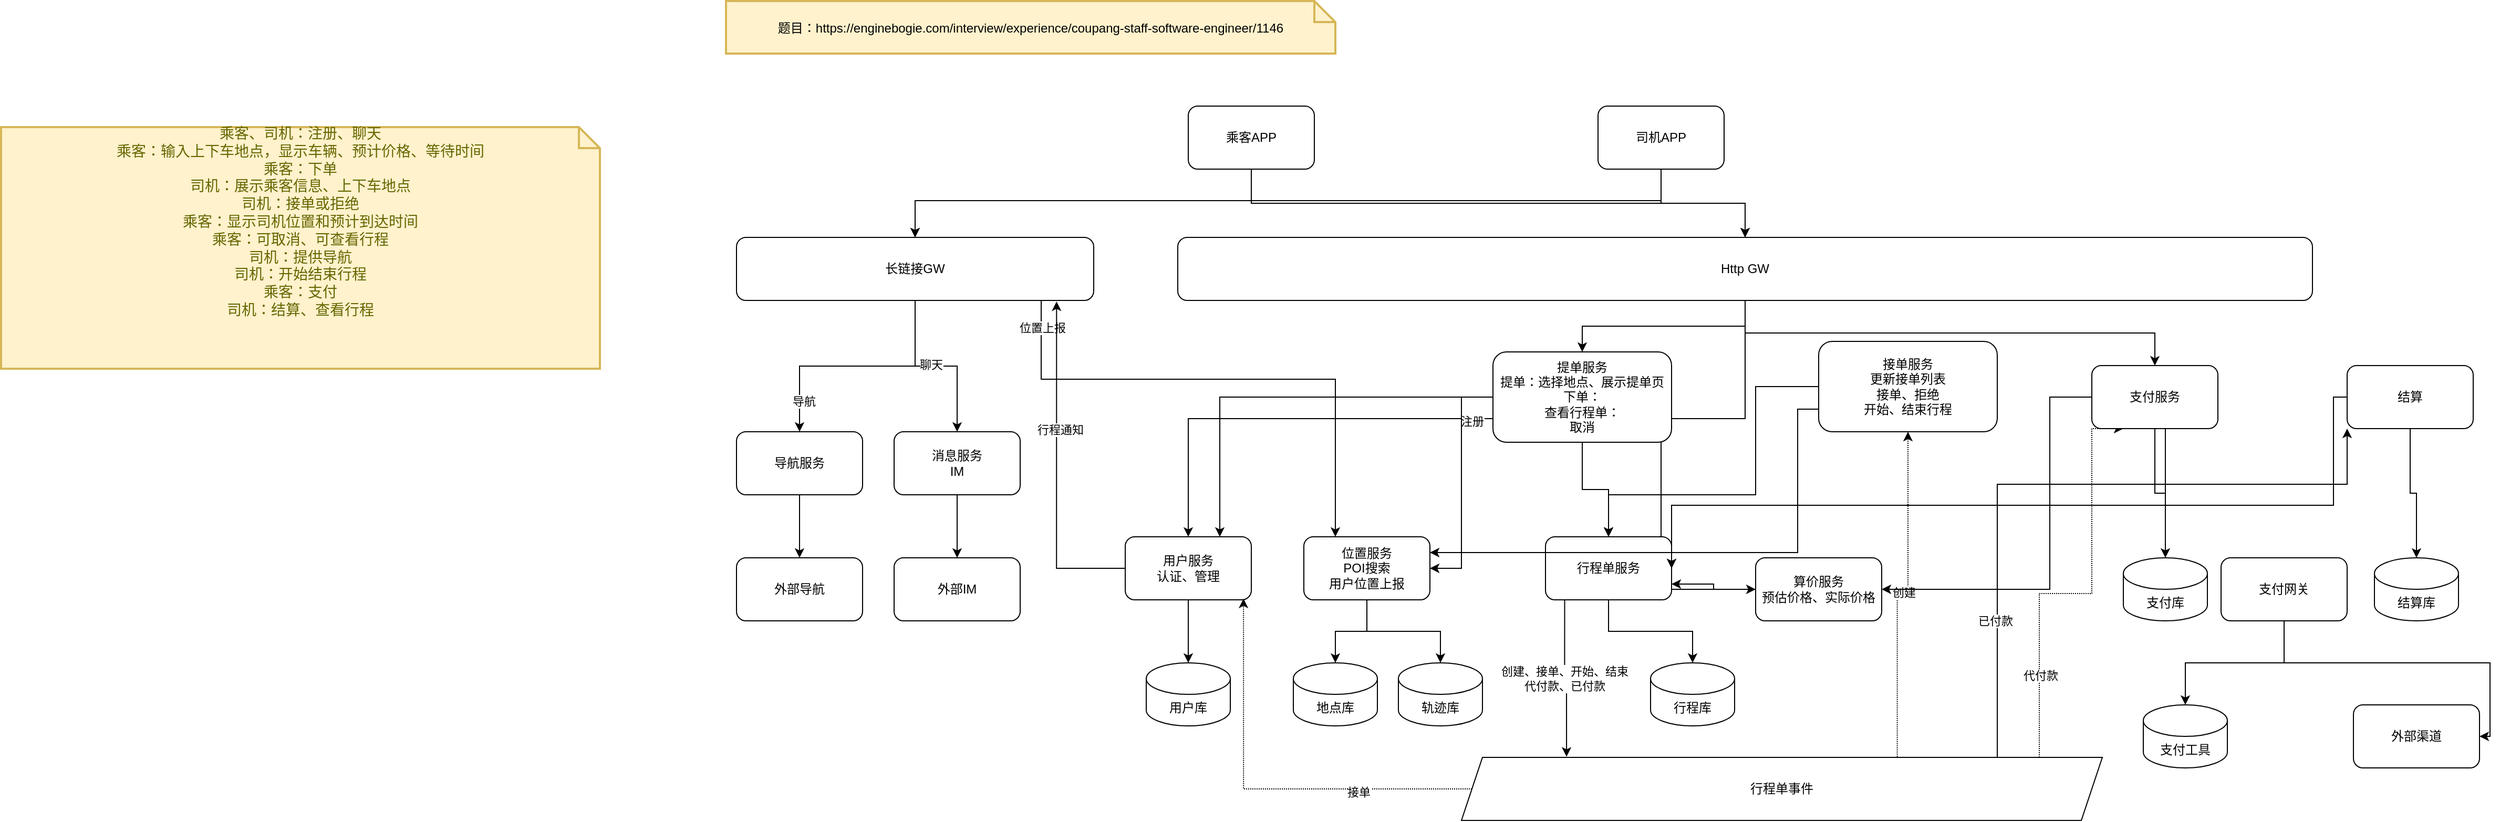
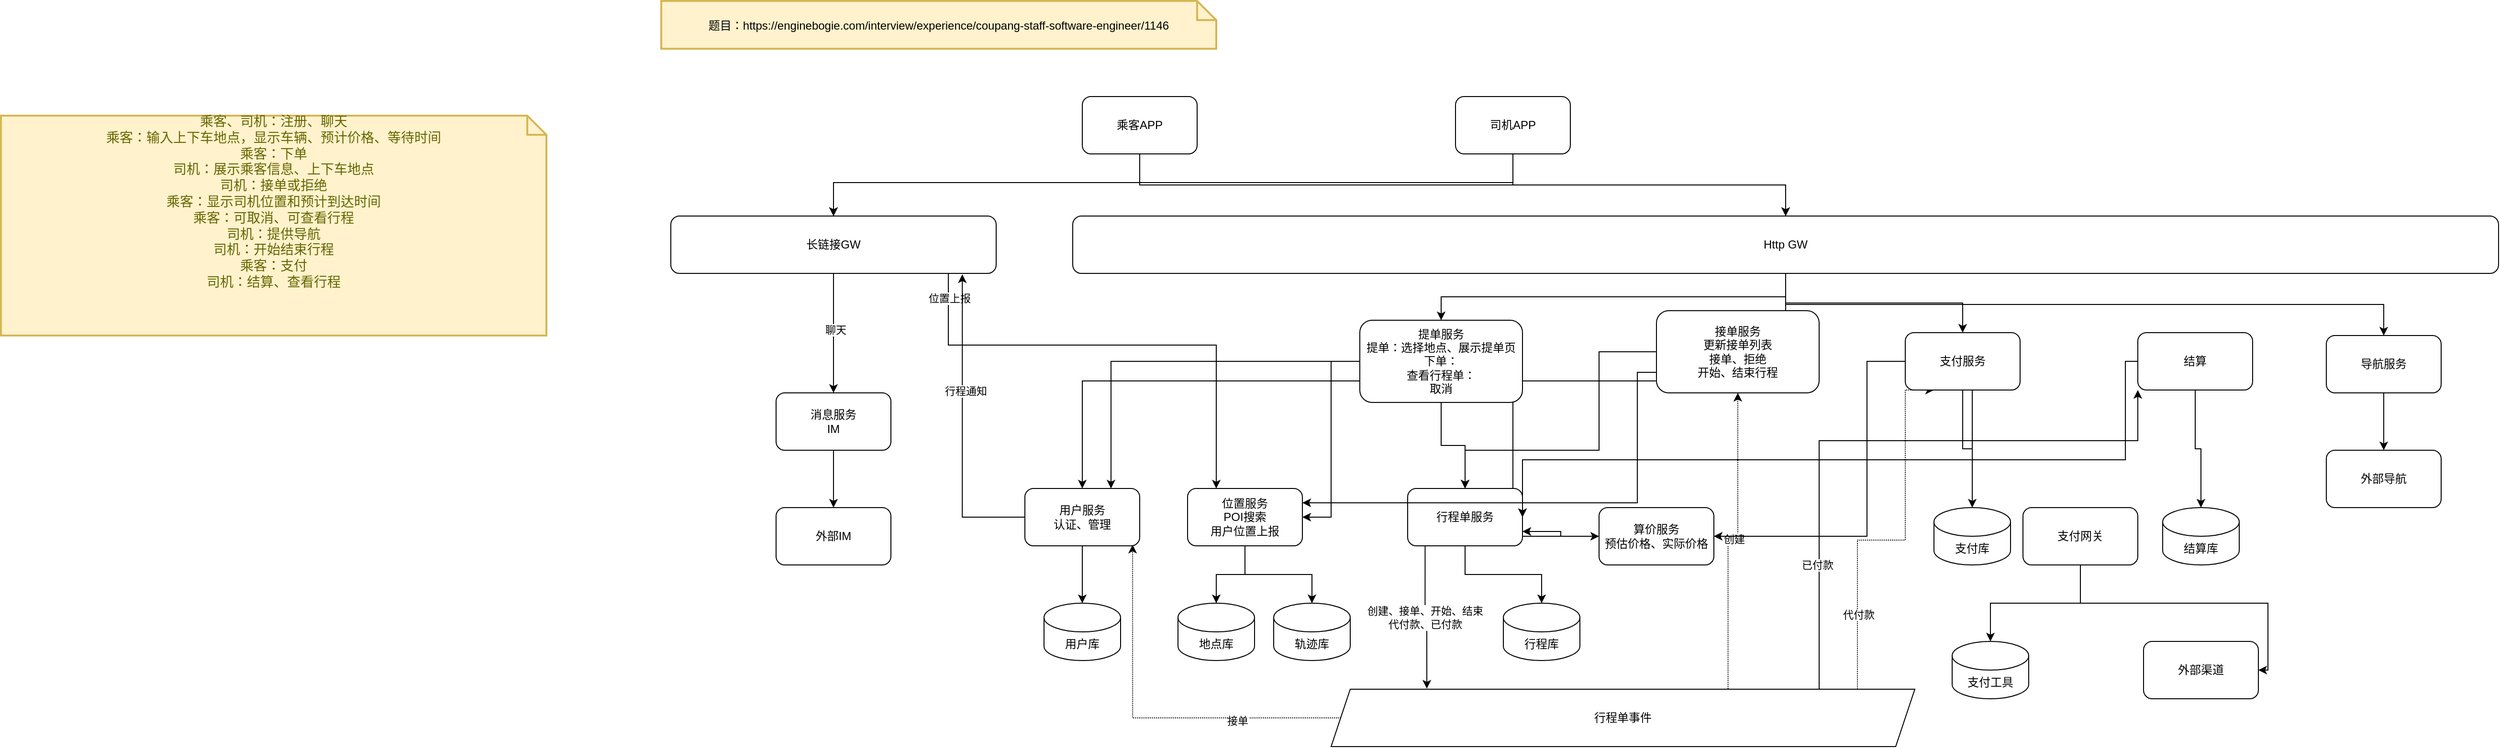
<mxfile host="app.diagrams.net" agent="Mozilla/5.0 (Windows NT 10.0; Win64; x64) AppleWebKit/537.36 (KHTML, like Gecko) draw.io/10.8.0 Chrome/73.0.3683.121 Electron/5.0.4 Safari/537.36">
  <diagram id="dw9DIYGoIQujjZgAUzOq" name="打车应用">
    <mxGraphModel dx="3344" dy="1169" grid="1" gridSize="10" guides="1" tooltips="1" connect="1" arrows="1" fold="1" page="1" pageScale="1" pageWidth="1169" pageHeight="827" math="0" shadow="0">
      <root>
        <mxCell id="0" />
        <mxCell id="1" parent="0" />
        <mxCell id="qZWEmjuA36gEhOPuAmIH-36" parent="1" style="shape=note;strokeWidth=2;fontSize=14;size=20;whiteSpace=wrap;html=1;fillColor=#fff2cc;strokeColor=#d6b656;fontColor=#666600;" value="&lt;span style=&quot;color: rgb(0, 0, 0); font-size: 12px;&quot;&gt;题目：https://enginebogie.com/interview/experience/coupang-staff-software-engineer/1146&lt;/span&gt;" vertex="1">
          <mxGeometry height="50" width="580" x="240" y="20" as="geometry" />
        </mxCell>
        <mxCell id="qZWEmjuA36gEhOPuAmIH-51" edge="1" parent="1" source="qZWEmjuA36gEhOPuAmIH-41" style="edgeStyle=orthogonalEdgeStyle;rounded=0;orthogonalLoop=1;jettySize=auto;html=1;" target="qZWEmjuA36gEhOPuAmIH-50">
          <mxGeometry relative="1" as="geometry" />
        </mxCell>
        <mxCell id="qZWEmjuA36gEhOPuAmIH-52" connectable="0" parent="qZWEmjuA36gEhOPuAmIH-51" style="edgeLabel;html=1;align=center;verticalAlign=middle;resizable=0;points=[];" value="注册" vertex="1">
          <mxGeometry relative="1" x="-0.013" y="2" as="geometry">
            <mxPoint as="offset" />
          </mxGeometry>
        </mxCell>
        <mxCell id="qZWEmjuA36gEhOPuAmIH-65" edge="1" parent="1" source="qZWEmjuA36gEhOPuAmIH-41" style="edgeStyle=orthogonalEdgeStyle;rounded=0;orthogonalLoop=1;jettySize=auto;html=1;" target="qZWEmjuA36gEhOPuAmIH-64">
          <mxGeometry relative="1" as="geometry" />
        </mxCell>
        <mxCell id="qZWEmjuA36gEhOPuAmIH-108" edge="1" parent="1" source="qZWEmjuA36gEhOPuAmIH-41" style="edgeStyle=orthogonalEdgeStyle;rounded=0;orthogonalLoop=1;jettySize=auto;html=1;entryX=0.5;entryY=0;entryDx=0;entryDy=0;" target="qZWEmjuA36gEhOPuAmIH-106">
          <mxGeometry relative="1" as="geometry" />
        </mxCell>
+         <mxCell id="qZWEmjuA36gEhOPuAmIH-141" edge="1" parent="1" source="qZWEmjuA36gEhOPuAmIH-41" style="edgeStyle=orthogonalEdgeStyle;rounded=0;orthogonalLoop=1;jettySize=auto;html=1;entryX=0.5;entryY=0;entryDx=0;entryDy=0;" target="qZWEmjuA36gEhOPuAmIH-99">
+           <mxGeometry relative="1" as="geometry" />
+         </mxCell>
        <mxCell id="qZWEmjuA36gEhOPuAmIH-41" parent="1" style="rounded=1;whiteSpace=wrap;html=1;" value="Http GW" vertex="1">
-           <mxGeometry height="60" width="1080" x="670" y="245" as="geometry" />
+           <mxGeometry height="60" width="1490" x="670" y="245" as="geometry" />
        </mxCell>
        <mxCell id="qZWEmjuA36gEhOPuAmIH-48" edge="1" parent="1" source="qZWEmjuA36gEhOPuAmIH-42" style="edgeStyle=orthogonalEdgeStyle;rounded=0;orthogonalLoop=1;jettySize=auto;html=1;" target="qZWEmjuA36gEhOPuAmIH-41">
          <mxGeometry relative="1" as="geometry" />
        </mxCell>
        <mxCell id="qZWEmjuA36gEhOPuAmIH-119" edge="1" parent="1" source="qZWEmjuA36gEhOPuAmIH-42" style="edgeStyle=orthogonalEdgeStyle;rounded=0;orthogonalLoop=1;jettySize=auto;html=1;" target="qZWEmjuA36gEhOPuAmIH-56">
          <mxGeometry relative="1" as="geometry">
            <Array as="points">
              <mxPoint x="740" y="210" />
              <mxPoint x="420" y="210" />
            </Array>
          </mxGeometry>
        </mxCell>
        <mxCell id="qZWEmjuA36gEhOPuAmIH-42" parent="1" style="rounded=1;whiteSpace=wrap;html=1;" value="乘客APP" vertex="1">
          <mxGeometry height="60" width="120" x="680" y="120" as="geometry" />
        </mxCell>
        <mxCell id="qZWEmjuA36gEhOPuAmIH-49" edge="1" parent="1" source="qZWEmjuA36gEhOPuAmIH-43" style="edgeStyle=orthogonalEdgeStyle;rounded=0;orthogonalLoop=1;jettySize=auto;html=1;" target="qZWEmjuA36gEhOPuAmIH-41">
          <mxGeometry relative="1" as="geometry" />
        </mxCell>
        <mxCell id="qZWEmjuA36gEhOPuAmIH-120" edge="1" parent="1" source="qZWEmjuA36gEhOPuAmIH-43" style="edgeStyle=orthogonalEdgeStyle;rounded=0;orthogonalLoop=1;jettySize=auto;html=1;" target="qZWEmjuA36gEhOPuAmIH-56">
          <mxGeometry relative="1" as="geometry">
            <Array as="points">
              <mxPoint x="1130" y="210" />
              <mxPoint x="420" y="210" />
            </Array>
          </mxGeometry>
        </mxCell>
        <mxCell id="qZWEmjuA36gEhOPuAmIH-43" parent="1" style="rounded=1;whiteSpace=wrap;html=1;" value="司机APP" vertex="1">
          <mxGeometry height="60" width="120" x="1070" y="120" as="geometry" />
        </mxCell>
        <mxCell id="qZWEmjuA36gEhOPuAmIH-54" edge="1" parent="1" source="qZWEmjuA36gEhOPuAmIH-50" style="edgeStyle=orthogonalEdgeStyle;rounded=0;orthogonalLoop=1;jettySize=auto;html=1;" target="qZWEmjuA36gEhOPuAmIH-53">
          <mxGeometry relative="1" as="geometry" />
        </mxCell>
        <mxCell id="qZWEmjuA36gEhOPuAmIH-50" parent="1" style="rounded=1;whiteSpace=wrap;html=1;" value="用户服务&lt;div&gt;认证、管理&lt;/div&gt;" vertex="1">
          <mxGeometry height="60" width="120" x="620" y="530" as="geometry" />
        </mxCell>
        <mxCell id="qZWEmjuA36gEhOPuAmIH-53" parent="1" style="shape=cylinder3;whiteSpace=wrap;html=1;boundedLbl=1;backgroundOutline=1;size=15;" value="用户库" vertex="1">
          <mxGeometry height="60" width="80" x="640" y="650" as="geometry" />
        </mxCell>
        <mxCell id="qZWEmjuA36gEhOPuAmIH-55" parent="1" style="shape=note;strokeWidth=2;fontSize=14;size=20;whiteSpace=wrap;html=1;fillColor=#fff2cc;strokeColor=#d6b656;fontColor=#666600;" value="乘客、司机：注册、聊天&lt;div&gt;&lt;div&gt;乘客：输入上下车地点，&lt;span style=&quot;background-color: transparent; color: light-dark(rgb(102, 102, 0), rgb(162, 162, 74));&quot;&gt;显示车辆、预计价格、等待时间&lt;/span&gt;&lt;/div&gt;&lt;div&gt;&lt;span style=&quot;background-color: transparent; color: light-dark(rgb(102, 102, 0), rgb(162, 162, 74));&quot;&gt;乘客：下单&lt;/span&gt;&lt;/div&gt;&lt;div&gt;&lt;span style=&quot;background-color: transparent; color: light-dark(rgb(102, 102, 0), rgb(162, 162, 74));&quot;&gt;司机：展示乘客信息、上下车地点&lt;/span&gt;&lt;/div&gt;&lt;div&gt;&lt;span style=&quot;background-color: transparent; color: light-dark(rgb(102, 102, 0), rgb(162, 162, 74));&quot;&gt;司机：接单或拒绝&lt;/span&gt;&lt;/div&gt;&lt;div&gt;&lt;span style=&quot;background-color: transparent; color: light-dark(rgb(102, 102, 0), rgb(162, 162, 74));&quot;&gt;乘客：显示司机位置和预计到达时间&lt;/span&gt;&lt;/div&gt;&lt;div&gt;&lt;span style=&quot;background-color: transparent; color: light-dark(rgb(102, 102, 0), rgb(162, 162, 74));&quot;&gt;乘客：可取消、可查看行程&lt;/span&gt;&lt;/div&gt;&lt;div&gt;&lt;span style=&quot;background-color: transparent; color: light-dark(rgb(102, 102, 0), rgb(162, 162, 74));&quot;&gt;司机：提供导航&lt;/span&gt;&lt;/div&gt;&lt;div&gt;&lt;span style=&quot;background-color: transparent; color: light-dark(rgb(102, 102, 0), rgb(162, 162, 74));&quot;&gt;司机：开始结束行程&lt;/span&gt;&lt;/div&gt;&lt;div&gt;&lt;span style=&quot;background-color: transparent; color: light-dark(rgb(102, 102, 0), rgb(162, 162, 74));&quot;&gt;乘客：支付&lt;/span&gt;&lt;/div&gt;&lt;div&gt;&lt;span style=&quot;background-color: transparent; color: light-dark(rgb(102, 102, 0), rgb(162, 162, 74));&quot;&gt;司机：结算、查看行程&lt;/span&gt;&lt;/div&gt;&lt;div&gt;&lt;span style=&quot;background-color: transparent; color: light-dark(rgb(102, 102, 0), rgb(162, 162, 74));&quot;&gt;&lt;br&gt;&lt;/span&gt;&lt;/div&gt;&lt;div&gt;&lt;span style=&quot;background-color: transparent; color: light-dark(rgb(102, 102, 0), rgb(162, 162, 74));&quot;&gt;&lt;br&gt;&lt;/span&gt;&lt;/div&gt;&lt;div&gt;&lt;br&gt;&lt;/div&gt;&lt;/div&gt;" vertex="1">
          <mxGeometry height="230" width="570" x="-450" y="140" as="geometry" />
        </mxCell>
        <mxCell id="qZWEmjuA36gEhOPuAmIH-60" edge="1" parent="1" source="qZWEmjuA36gEhOPuAmIH-56" style="edgeStyle=orthogonalEdgeStyle;rounded=0;orthogonalLoop=1;jettySize=auto;html=1;" target="qZWEmjuA36gEhOPuAmIH-59">
          <mxGeometry relative="1" as="geometry" />
        </mxCell>
        <mxCell id="qZWEmjuA36gEhOPuAmIH-63" connectable="0" parent="qZWEmjuA36gEhOPuAmIH-60" style="edgeLabel;html=1;align=center;verticalAlign=middle;resizable=0;points=[];" value="聊天" vertex="1">
          <mxGeometry relative="1" x="-0.0621" y="2" as="geometry">
            <mxPoint as="offset" />
          </mxGeometry>
        </mxCell>
        <mxCell id="qZWEmjuA36gEhOPuAmIH-100" edge="1" parent="1" source="qZWEmjuA36gEhOPuAmIH-56" style="edgeStyle=orthogonalEdgeStyle;rounded=0;orthogonalLoop=1;jettySize=auto;html=1;exitX=0.75;exitY=1;exitDx=0;exitDy=0;entryX=0.25;entryY=0;entryDx=0;entryDy=0;" target="qZWEmjuA36gEhOPuAmIH-68">
          <mxGeometry relative="1" as="geometry">
            <Array as="points">
              <mxPoint x="540" y="380" />
              <mxPoint x="820" y="380" />
            </Array>
          </mxGeometry>
        </mxCell>
        <mxCell id="qZWEmjuA36gEhOPuAmIH-101" connectable="0" parent="qZWEmjuA36gEhOPuAmIH-100" style="edgeLabel;html=1;align=center;verticalAlign=middle;resizable=0;points=[];" value="位置上报" vertex="1">
          <mxGeometry relative="1" x="-0.7735" y="1" as="geometry">
            <mxPoint as="offset" />
          </mxGeometry>
        </mxCell>
-         <mxCell id="qZWEmjuA36gEhOPuAmIH-102" edge="1" parent="1" source="qZWEmjuA36gEhOPuAmIH-56" style="edgeStyle=orthogonalEdgeStyle;rounded=0;orthogonalLoop=1;jettySize=auto;html=1;" target="qZWEmjuA36gEhOPuAmIH-99">
-           <mxGeometry relative="1" as="geometry" />
-         </mxCell>
-         <mxCell id="qZWEmjuA36gEhOPuAmIH-103" connectable="0" parent="qZWEmjuA36gEhOPuAmIH-102" style="edgeLabel;html=1;align=center;verticalAlign=middle;resizable=0;points=[];" value="导航" vertex="1">
-           <mxGeometry relative="1" x="0.7552" y="4" as="geometry">
-             <mxPoint as="offset" />
-           </mxGeometry>
-         </mxCell>
        <mxCell id="qZWEmjuA36gEhOPuAmIH-56" parent="1" style="rounded=1;whiteSpace=wrap;html=1;" value="长链接GW" vertex="1">
          <mxGeometry height="60" width="340" x="250" y="245" as="geometry" />
        </mxCell>
        <mxCell id="qZWEmjuA36gEhOPuAmIH-62" edge="1" parent="1" source="qZWEmjuA36gEhOPuAmIH-59" style="edgeStyle=orthogonalEdgeStyle;rounded=0;orthogonalLoop=1;jettySize=auto;html=1;" target="qZWEmjuA36gEhOPuAmIH-61">
          <mxGeometry relative="1" as="geometry" />
        </mxCell>
        <mxCell id="qZWEmjuA36gEhOPuAmIH-59" parent="1" style="rounded=1;whiteSpace=wrap;html=1;" value="消息服务&lt;div&gt;IM&lt;/div&gt;" vertex="1">
-           <mxGeometry height="60" width="120" x="400" y="430" as="geometry" />
+           <mxGeometry height="60" width="120" x="360" y="430" as="geometry" />
        </mxCell>
        <mxCell id="qZWEmjuA36gEhOPuAmIH-61" parent="1" style="rounded=1;whiteSpace=wrap;html=1;" value="外部IM" vertex="1">
-           <mxGeometry height="60" width="120" x="400" y="550" as="geometry" />
+           <mxGeometry height="60" width="120" x="360" y="550" as="geometry" />
        </mxCell>
        <mxCell id="qZWEmjuA36gEhOPuAmIH-72" edge="1" parent="1" source="qZWEmjuA36gEhOPuAmIH-64" style="edgeStyle=orthogonalEdgeStyle;rounded=0;orthogonalLoop=1;jettySize=auto;html=1;entryX=1;entryY=0.5;entryDx=0;entryDy=0;" target="qZWEmjuA36gEhOPuAmIH-68">
          <mxGeometry relative="1" as="geometry" />
        </mxCell>
        <mxCell id="qZWEmjuA36gEhOPuAmIH-73" edge="1" parent="1" source="qZWEmjuA36gEhOPuAmIH-64" style="edgeStyle=orthogonalEdgeStyle;rounded=0;orthogonalLoop=1;jettySize=auto;html=1;entryX=0.75;entryY=0;entryDx=0;entryDy=0;" target="qZWEmjuA36gEhOPuAmIH-50">
          <mxGeometry relative="1" as="geometry" />
        </mxCell>
        <mxCell id="qZWEmjuA36gEhOPuAmIH-77" edge="1" parent="1" source="qZWEmjuA36gEhOPuAmIH-64" style="edgeStyle=orthogonalEdgeStyle;rounded=0;orthogonalLoop=1;jettySize=auto;html=1;" target="qZWEmjuA36gEhOPuAmIH-74">
          <mxGeometry relative="1" as="geometry" />
        </mxCell>
        <mxCell id="qZWEmjuA36gEhOPuAmIH-86" edge="1" parent="1" source="qZWEmjuA36gEhOPuAmIH-74" style="edgeStyle=orthogonalEdgeStyle;rounded=0;orthogonalLoop=1;jettySize=auto;html=1;exitX=0.152;exitY=0.965;exitDx=0;exitDy=0;entryX=0.164;entryY=-0.011;entryDx=0;entryDy=0;exitPerimeter=0;entryPerimeter=0;" target="qZWEmjuA36gEhOPuAmIH-84">
          <mxGeometry relative="1" as="geometry" />
        </mxCell>
        <mxCell id="qZWEmjuA36gEhOPuAmIH-87" connectable="0" parent="qZWEmjuA36gEhOPuAmIH-86" style="edgeLabel;html=1;align=center;verticalAlign=middle;resizable=0;points=[];" value="创建、接单、开始、结束&lt;div&gt;代付款、已付款&lt;/div&gt;" vertex="1">
          <mxGeometry relative="1" x="0.0003" as="geometry">
            <mxPoint as="offset" />
          </mxGeometry>
        </mxCell>
        <mxCell id="qZWEmjuA36gEhOPuAmIH-138" edge="1" parent="1" source="qZWEmjuA36gEhOPuAmIH-64" style="edgeStyle=orthogonalEdgeStyle;rounded=0;orthogonalLoop=1;jettySize=auto;html=1;" target="qZWEmjuA36gEhOPuAmIH-137">
          <mxGeometry relative="1" as="geometry">
            <Array as="points">
              <mxPoint x="1130" y="580" />
            </Array>
          </mxGeometry>
        </mxCell>
        <mxCell id="qZWEmjuA36gEhOPuAmIH-64" parent="1" style="rounded=1;whiteSpace=wrap;html=1;" value="提单服务&lt;div&gt;提单：选择地点、展示提单页&lt;/div&gt;&lt;div&gt;下单：&lt;/div&gt;&lt;div&gt;查看行程单：&lt;/div&gt;&lt;div&gt;取消&lt;/div&gt;" vertex="1">
          <mxGeometry height="86" width="170" x="970" y="354" as="geometry" />
        </mxCell>
        <mxCell id="qZWEmjuA36gEhOPuAmIH-67" edge="1" parent="1" source="qZWEmjuA36gEhOPuAmIH-68" style="edgeStyle=orthogonalEdgeStyle;rounded=0;orthogonalLoop=1;jettySize=auto;html=1;" target="qZWEmjuA36gEhOPuAmIH-69">
          <mxGeometry relative="1" as="geometry" />
        </mxCell>
        <mxCell id="qZWEmjuA36gEhOPuAmIH-71" edge="1" parent="1" source="qZWEmjuA36gEhOPuAmIH-68" style="edgeStyle=orthogonalEdgeStyle;rounded=0;orthogonalLoop=1;jettySize=auto;html=1;" target="qZWEmjuA36gEhOPuAmIH-70">
          <mxGeometry relative="1" as="geometry" />
        </mxCell>
        <mxCell id="qZWEmjuA36gEhOPuAmIH-68" parent="1" style="rounded=1;whiteSpace=wrap;html=1;" value="位置服务&lt;div&gt;POI搜索&lt;/div&gt;&lt;div&gt;用户位置上报&lt;/div&gt;" vertex="1">
          <mxGeometry height="60" width="120" x="790" y="530" as="geometry" />
        </mxCell>
        <mxCell id="qZWEmjuA36gEhOPuAmIH-69" parent="1" style="shape=cylinder3;whiteSpace=wrap;html=1;boundedLbl=1;backgroundOutline=1;size=15;" value="轨迹库" vertex="1">
          <mxGeometry height="60" width="80" x="880" y="650" as="geometry" />
        </mxCell>
        <mxCell id="qZWEmjuA36gEhOPuAmIH-70" parent="1" style="shape=cylinder3;whiteSpace=wrap;html=1;boundedLbl=1;backgroundOutline=1;size=15;" value="地点库" vertex="1">
          <mxGeometry height="60" width="80" x="780" y="650" as="geometry" />
        </mxCell>
        <mxCell id="qZWEmjuA36gEhOPuAmIH-76" edge="1" parent="1" source="qZWEmjuA36gEhOPuAmIH-74" style="edgeStyle=orthogonalEdgeStyle;rounded=0;orthogonalLoop=1;jettySize=auto;html=1;" target="qZWEmjuA36gEhOPuAmIH-75">
          <mxGeometry relative="1" as="geometry" />
        </mxCell>
        <mxCell id="qZWEmjuA36gEhOPuAmIH-74" parent="1" style="rounded=1;whiteSpace=wrap;html=1;" value="行程单服务" vertex="1">
          <mxGeometry height="60" width="120" x="1020" y="530" as="geometry" />
        </mxCell>
        <mxCell id="qZWEmjuA36gEhOPuAmIH-75" parent="1" style="shape=cylinder3;whiteSpace=wrap;html=1;boundedLbl=1;backgroundOutline=1;size=15;" value="行程库" vertex="1">
          <mxGeometry height="60" width="80" x="1120" y="650" as="geometry" />
        </mxCell>
        <mxCell id="qZWEmjuA36gEhOPuAmIH-83" edge="1" parent="1" source="qZWEmjuA36gEhOPuAmIH-78" style="edgeStyle=orthogonalEdgeStyle;rounded=0;orthogonalLoop=1;jettySize=auto;html=1;" target="qZWEmjuA36gEhOPuAmIH-74">
          <mxGeometry relative="1" as="geometry">
            <Array as="points">
              <mxPoint x="1220" y="387" />
              <mxPoint x="1220" y="490" />
              <mxPoint x="1080" y="490" />
            </Array>
          </mxGeometry>
        </mxCell>
        <mxCell id="qZWEmjuA36gEhOPuAmIH-127" edge="1" parent="1" source="qZWEmjuA36gEhOPuAmIH-78" style="edgeStyle=orthogonalEdgeStyle;rounded=0;orthogonalLoop=1;jettySize=auto;html=1;exitX=0;exitY=0.75;exitDx=0;exitDy=0;entryX=1;entryY=0.25;entryDx=0;entryDy=0;" target="qZWEmjuA36gEhOPuAmIH-68">
          <mxGeometry relative="1" as="geometry">
            <Array as="points">
              <mxPoint x="1260" y="408" />
              <mxPoint x="1260" y="545" />
            </Array>
          </mxGeometry>
        </mxCell>
        <mxCell id="qZWEmjuA36gEhOPuAmIH-78" parent="1" style="rounded=1;whiteSpace=wrap;html=1;" value="接单服务&lt;div&gt;更新接单列表&lt;/div&gt;&lt;div&gt;接单、拒绝&lt;/div&gt;&lt;div&gt;开始、结束行程&lt;/div&gt;" vertex="1">
          <mxGeometry height="86" width="170" x="1280" y="344" as="geometry" />
        </mxCell>
        <mxCell id="qZWEmjuA36gEhOPuAmIH-88" edge="1" parent="1" source="qZWEmjuA36gEhOPuAmIH-84" style="edgeStyle=orthogonalEdgeStyle;rounded=0;orthogonalLoop=1;jettySize=auto;html=1;dashed=1;dashPattern=1 1;exitX=0.68;exitY=-0.011;exitDx=0;exitDy=0;exitPerimeter=0;" target="qZWEmjuA36gEhOPuAmIH-78">
          <mxGeometry relative="1" as="geometry" />
        </mxCell>
        <mxCell id="qZWEmjuA36gEhOPuAmIH-89" connectable="0" parent="qZWEmjuA36gEhOPuAmIH-88" style="edgeLabel;html=1;align=center;verticalAlign=middle;resizable=0;points=[];" value="创建" vertex="1">
          <mxGeometry relative="1" x="0.0024" y="2" as="geometry">
            <mxPoint as="offset" />
          </mxGeometry>
        </mxCell>
        <mxCell id="qZWEmjuA36gEhOPuAmIH-132" edge="1" parent="1" source="qZWEmjuA36gEhOPuAmIH-84" style="edgeStyle=orthogonalEdgeStyle;rounded=0;orthogonalLoop=1;jettySize=auto;html=1;entryX=0.25;entryY=1;entryDx=0;entryDy=0;dashed=1;dashPattern=1 1;" target="qZWEmjuA36gEhOPuAmIH-106">
          <mxGeometry relative="1" as="geometry">
            <Array as="points">
              <mxPoint x="1490" y="584" />
              <mxPoint x="1540" y="584" />
              <mxPoint x="1540" y="427" />
            </Array>
          </mxGeometry>
        </mxCell>
        <mxCell id="qZWEmjuA36gEhOPuAmIH-133" connectable="0" parent="qZWEmjuA36gEhOPuAmIH-132" style="edgeLabel;html=1;align=center;verticalAlign=middle;resizable=0;points=[];" value="代付款" vertex="1">
          <mxGeometry relative="1" x="-0.604" y="-1" as="geometry">
            <mxPoint as="offset" />
          </mxGeometry>
        </mxCell>
        <mxCell id="qZWEmjuA36gEhOPuAmIH-135" edge="1" parent="1" source="qZWEmjuA36gEhOPuAmIH-84" style="edgeStyle=orthogonalEdgeStyle;rounded=0;orthogonalLoop=1;jettySize=auto;html=1;exitX=1;exitY=0;exitDx=0;exitDy=0;entryX=0;entryY=1;entryDx=0;entryDy=0;" target="qZWEmjuA36gEhOPuAmIH-109">
          <mxGeometry relative="1" as="geometry">
            <Array as="points">
              <mxPoint x="1450" y="740" />
              <mxPoint x="1450" y="480" />
              <mxPoint x="1783" y="480" />
            </Array>
          </mxGeometry>
        </mxCell>
        <mxCell id="qZWEmjuA36gEhOPuAmIH-136" connectable="0" parent="qZWEmjuA36gEhOPuAmIH-135" style="edgeLabel;html=1;align=center;verticalAlign=middle;resizable=0;points=[];" value="已付款" vertex="1">
          <mxGeometry relative="1" x="-0.3829" y="2" as="geometry">
            <mxPoint as="offset" />
          </mxGeometry>
        </mxCell>
        <mxCell id="qZWEmjuA36gEhOPuAmIH-84" parent="1" style="shape=parallelogram;perimeter=parallelogramPerimeter;whiteSpace=wrap;html=1;fixedSize=1;" value="行程单事件" vertex="1">
          <mxGeometry height="60" width="610" x="940" y="740" as="geometry" />
        </mxCell>
        <mxCell id="qZWEmjuA36gEhOPuAmIH-95" edge="1" parent="1" source="qZWEmjuA36gEhOPuAmIH-84" style="edgeStyle=orthogonalEdgeStyle;rounded=0;orthogonalLoop=1;jettySize=auto;html=1;entryX=0.938;entryY=0.981;entryDx=0;entryDy=0;entryPerimeter=0;dashed=1;dashPattern=1 1;" target="qZWEmjuA36gEhOPuAmIH-50">
          <mxGeometry relative="1" as="geometry" />
        </mxCell>
        <mxCell id="qZWEmjuA36gEhOPuAmIH-96" connectable="0" parent="qZWEmjuA36gEhOPuAmIH-95" style="edgeLabel;html=1;align=center;verticalAlign=middle;resizable=0;points=[];" value="接单" vertex="1">
          <mxGeometry relative="1" x="-0.4585" y="3" as="geometry">
            <mxPoint as="offset" />
          </mxGeometry>
        </mxCell>
        <mxCell id="qZWEmjuA36gEhOPuAmIH-97" edge="1" parent="1" source="qZWEmjuA36gEhOPuAmIH-50" style="edgeStyle=orthogonalEdgeStyle;rounded=0;orthogonalLoop=1;jettySize=auto;html=1;entryX=0.896;entryY=1.017;entryDx=0;entryDy=0;entryPerimeter=0;" target="qZWEmjuA36gEhOPuAmIH-56">
          <mxGeometry relative="1" as="geometry" />
        </mxCell>
        <mxCell id="qZWEmjuA36gEhOPuAmIH-98" connectable="0" parent="qZWEmjuA36gEhOPuAmIH-97" style="edgeLabel;html=1;align=center;verticalAlign=middle;resizable=0;points=[];" value="行程通知" vertex="1">
          <mxGeometry relative="1" x="0.2376" y="-3" as="geometry">
            <mxPoint as="offset" />
          </mxGeometry>
        </mxCell>
        <mxCell id="qZWEmjuA36gEhOPuAmIH-105" edge="1" parent="1" source="qZWEmjuA36gEhOPuAmIH-99" style="edgeStyle=orthogonalEdgeStyle;rounded=0;orthogonalLoop=1;jettySize=auto;html=1;" target="qZWEmjuA36gEhOPuAmIH-104">
          <mxGeometry relative="1" as="geometry" />
        </mxCell>
        <mxCell id="qZWEmjuA36gEhOPuAmIH-99" parent="1" style="rounded=1;whiteSpace=wrap;html=1;" value="导航服务" vertex="1">
-           <mxGeometry height="60" width="120" x="250" y="430" as="geometry" />
+           <mxGeometry height="60" width="120" x="1980" y="370" as="geometry" />
        </mxCell>
        <mxCell id="qZWEmjuA36gEhOPuAmIH-104" parent="1" style="rounded=1;whiteSpace=wrap;html=1;" value="外部导航" vertex="1">
-           <mxGeometry height="60" width="120" x="250" y="550" as="geometry" />
+           <mxGeometry height="60" width="120" x="1980" y="490" as="geometry" />
        </mxCell>
        <mxCell id="qZWEmjuA36gEhOPuAmIH-107" edge="1" parent="1" source="qZWEmjuA36gEhOPuAmIH-106" style="edgeStyle=orthogonalEdgeStyle;rounded=0;orthogonalLoop=1;jettySize=auto;html=1;entryX=1;entryY=0.5;entryDx=0;entryDy=0;" target="qZWEmjuA36gEhOPuAmIH-74">
          <mxGeometry relative="1" as="geometry">
            <Array as="points">
              <mxPoint x="1610" y="500" />
              <mxPoint x="1140" y="500" />
            </Array>
          </mxGeometry>
        </mxCell>
        <mxCell id="qZWEmjuA36gEhOPuAmIH-130" edge="1" parent="1" source="qZWEmjuA36gEhOPuAmIH-106" style="edgeStyle=orthogonalEdgeStyle;rounded=0;orthogonalLoop=1;jettySize=auto;html=1;" target="qZWEmjuA36gEhOPuAmIH-128">
          <mxGeometry relative="1" as="geometry" />
        </mxCell>
        <mxCell id="qZWEmjuA36gEhOPuAmIH-139" edge="1" parent="1" source="qZWEmjuA36gEhOPuAmIH-106" style="edgeStyle=orthogonalEdgeStyle;rounded=0;orthogonalLoop=1;jettySize=auto;html=1;entryX=1;entryY=0.5;entryDx=0;entryDy=0;" target="qZWEmjuA36gEhOPuAmIH-137">
          <mxGeometry relative="1" as="geometry">
            <Array as="points">
              <mxPoint x="1500" y="397" />
              <mxPoint x="1500" y="580" />
            </Array>
          </mxGeometry>
        </mxCell>
        <mxCell id="qZWEmjuA36gEhOPuAmIH-106" parent="1" style="rounded=1;whiteSpace=wrap;html=1;" value="支付服务" vertex="1">
          <mxGeometry height="60" width="120" x="1540" y="367" as="geometry" />
        </mxCell>
        <mxCell id="qZWEmjuA36gEhOPuAmIH-121" edge="1" parent="1" source="qZWEmjuA36gEhOPuAmIH-109" style="edgeStyle=orthogonalEdgeStyle;rounded=0;orthogonalLoop=1;jettySize=auto;html=1;entryX=1;entryY=0.5;entryDx=0;entryDy=0;" target="qZWEmjuA36gEhOPuAmIH-74">
          <mxGeometry relative="1" as="geometry">
            <Array as="points">
              <mxPoint x="1770" y="500" />
              <mxPoint x="1140" y="500" />
            </Array>
          </mxGeometry>
        </mxCell>
        <mxCell id="qZWEmjuA36gEhOPuAmIH-131" edge="1" parent="1" source="qZWEmjuA36gEhOPuAmIH-109" style="edgeStyle=orthogonalEdgeStyle;rounded=0;orthogonalLoop=1;jettySize=auto;html=1;" target="qZWEmjuA36gEhOPuAmIH-129">
          <mxGeometry relative="1" as="geometry" />
        </mxCell>
        <mxCell id="qZWEmjuA36gEhOPuAmIH-109" parent="1" style="rounded=1;whiteSpace=wrap;html=1;" value="结算" vertex="1">
          <mxGeometry height="60" width="120" x="1783" y="367" as="geometry" />
        </mxCell>
        <mxCell id="qZWEmjuA36gEhOPuAmIH-116" edge="1" parent="1" source="qZWEmjuA36gEhOPuAmIH-110" style="edgeStyle=orthogonalEdgeStyle;rounded=0;orthogonalLoop=1;jettySize=auto;html=1;" target="qZWEmjuA36gEhOPuAmIH-113">
          <mxGeometry relative="1" as="geometry" />
        </mxCell>
        <mxCell id="qZWEmjuA36gEhOPuAmIH-118" edge="1" parent="1" source="qZWEmjuA36gEhOPuAmIH-110" style="edgeStyle=orthogonalEdgeStyle;rounded=0;orthogonalLoop=1;jettySize=auto;html=1;" target="qZWEmjuA36gEhOPuAmIH-111">
          <mxGeometry relative="1" as="geometry">
            <Array as="points">
              <mxPoint x="1723" y="650" />
              <mxPoint x="1919" y="650" />
            </Array>
          </mxGeometry>
        </mxCell>
        <mxCell id="qZWEmjuA36gEhOPuAmIH-110" parent="1" style="rounded=1;whiteSpace=wrap;html=1;" value="支付网关" vertex="1">
          <mxGeometry height="60" width="120" x="1663" y="550" as="geometry" />
        </mxCell>
        <mxCell id="qZWEmjuA36gEhOPuAmIH-111" parent="1" style="rounded=1;whiteSpace=wrap;html=1;" value="外部渠道" vertex="1">
          <mxGeometry height="60" width="120" x="1789" y="690" as="geometry" />
        </mxCell>
        <mxCell id="qZWEmjuA36gEhOPuAmIH-113" parent="1" style="shape=cylinder3;whiteSpace=wrap;html=1;boundedLbl=1;backgroundOutline=1;size=15;" value="支付工具" vertex="1">
          <mxGeometry height="60" width="80" x="1589" y="690" as="geometry" />
        </mxCell>
        <mxCell id="qZWEmjuA36gEhOPuAmIH-128" parent="1" style="shape=cylinder3;whiteSpace=wrap;html=1;boundedLbl=1;backgroundOutline=1;size=15;" value="支付库" vertex="1">
          <mxGeometry height="60" width="80" x="1570" y="550" as="geometry" />
        </mxCell>
        <mxCell id="qZWEmjuA36gEhOPuAmIH-129" parent="1" style="shape=cylinder3;whiteSpace=wrap;html=1;boundedLbl=1;backgroundOutline=1;size=15;" value="结算库" vertex="1">
          <mxGeometry height="60" width="80" x="1809" y="550" as="geometry" />
        </mxCell>
        <mxCell id="qZWEmjuA36gEhOPuAmIH-140" edge="1" parent="1" source="qZWEmjuA36gEhOPuAmIH-137" style="edgeStyle=orthogonalEdgeStyle;rounded=0;orthogonalLoop=1;jettySize=auto;html=1;entryX=1;entryY=0.75;entryDx=0;entryDy=0;" target="qZWEmjuA36gEhOPuAmIH-74">
          <mxGeometry relative="1" as="geometry" />
        </mxCell>
        <mxCell id="qZWEmjuA36gEhOPuAmIH-137" parent="1" style="rounded=1;whiteSpace=wrap;html=1;" value="算价服务&lt;div&gt;预估价格、实际价格&lt;/div&gt;" vertex="1">
          <mxGeometry height="60" width="120" x="1220" y="550" as="geometry" />
        </mxCell>
      </root>
    </mxGraphModel>
  </diagram>
</mxfile>
